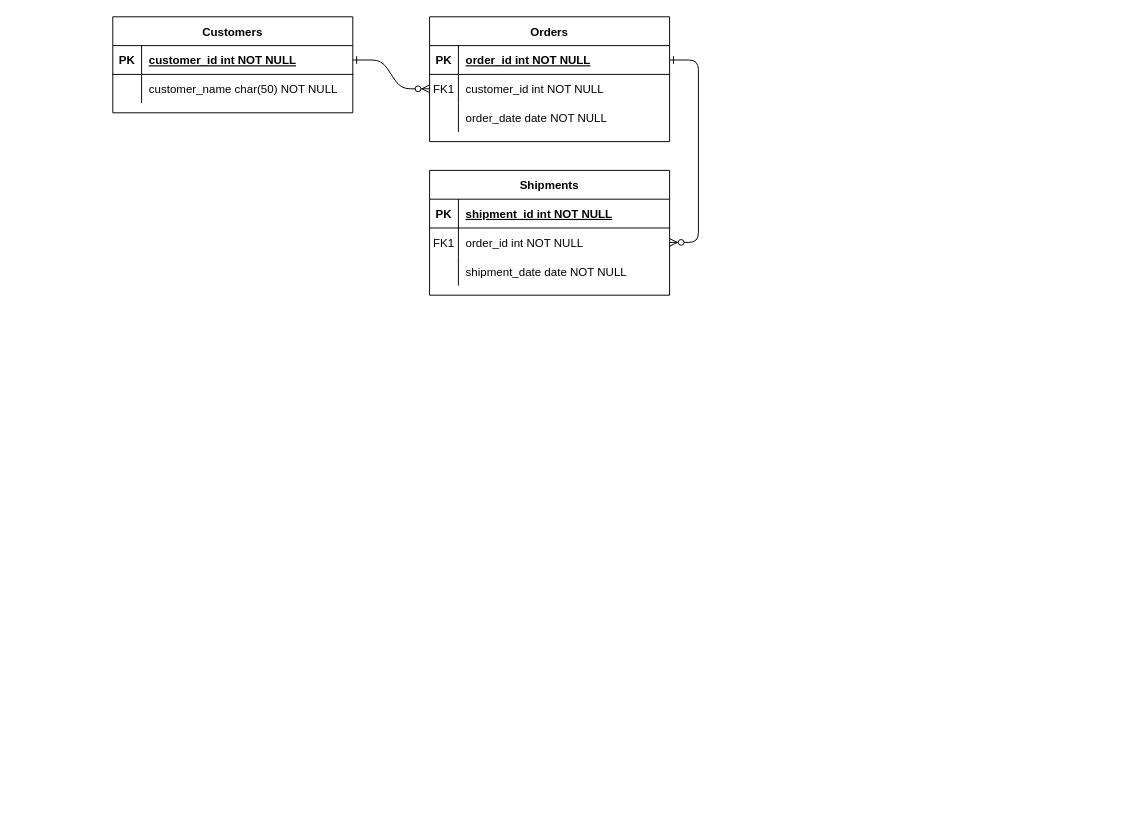
The draw.io diagram draw_io/oo_inheritance.drawio in KevinGarrison/DataEngineeringProjects, before the edit. Source tidied: cells renumbered, new cells numbered last; positions are measured from the earlier drawing's top-left corner, leaving out a move shared by most shapes. Both pictures are drawn from the tidied source at 96%, with x=0, y=0 at pixel (112, 16).
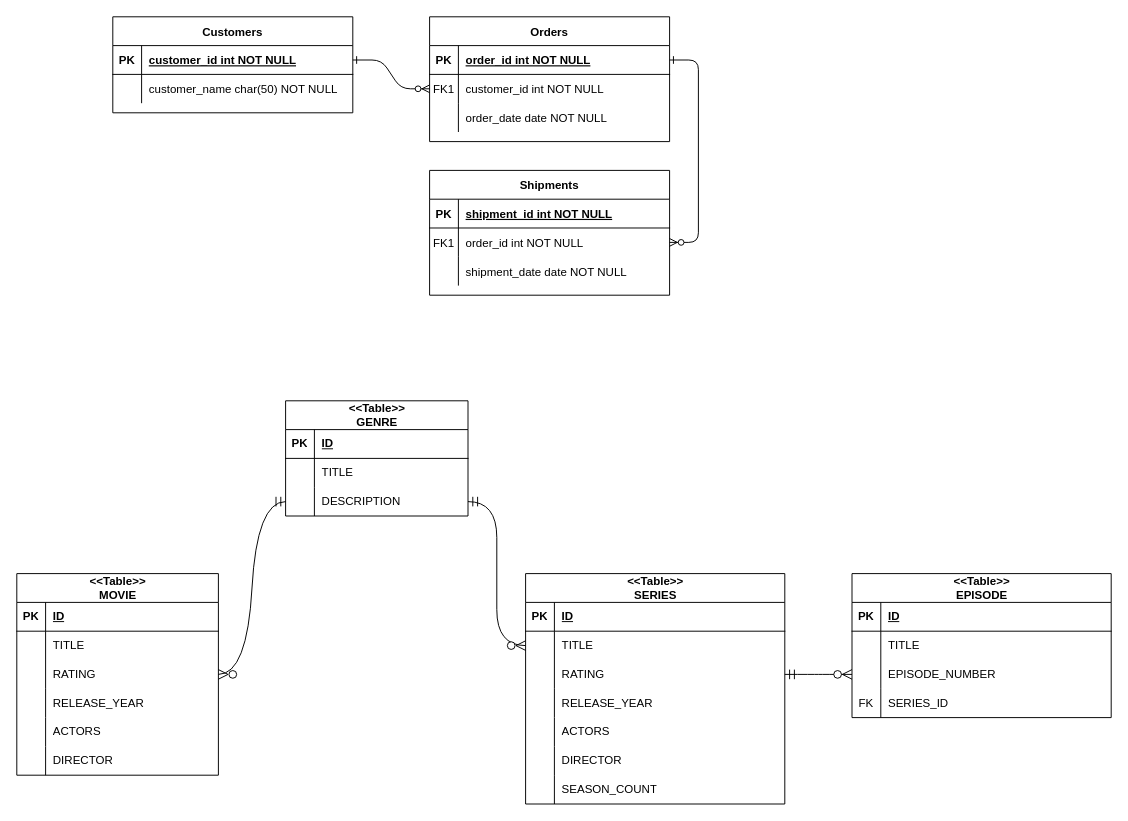
Above is the later version.

What changed in the source:
```diff
@@
+    <mxCell id="31" value="&amp;lt;&amp;lt;Table&amp;gt;&amp;gt;&lt;div&gt;GENRE&lt;/div&gt;" style="shape=table;startSize=30;childLayout=tableLayout;rowLines=0;fontStyle=1;align=center;html=1;" parent="1" vertex="1">
+      <mxGeometry x="180" y="400" width="190" height="120" as="geometry" />
+    </mxCell>
+    <mxCell id="32" style="shape=tableRow;horizontal=0;startSize=0;swimlaneHead=0;swimlaneBody=0;fillColor=none;top=0;left=0;right=0;bottom=1;" parent="31" vertex="1">
+      <mxGeometry y="30" width="190" height="30" as="geometry" />
+    </mxCell>
+    <mxCell id="33" value="PK" style="shape=partialRectangle;fillColor=none;top=0;left=0;bottom=0;right=0;fontStyle=1;overflow=hidden;whiteSpace=wrap;html=1;" parent="32" vertex="1">
+      <mxGeometry width="30" height="30" as="geometry" />
+    </mxCell>
+    <mxCell id="34" value="ID" style="shape=partialRectangle;fillColor=none;top=0;left=0;bottom=0;right=0;align=left;spacingLeft=6;fontStyle=5;overflow=hidden;whiteSpace=wrap;html=1;" parent="32" vertex="1">
+      <mxGeometry x="30" width="160" height="30" as="geometry" />
+    </mxCell>
+    <mxCell id="35" style="shape=tableRow;horizontal=0;startSize=0;swimlaneHead=0;swimlaneBody=0;fillColor=none;top=0;left=0;right=0;bottom=0;" parent="31" vertex="1">
+      <mxGeometry y="60" width="190" height="30" as="geometry" />
+    </mxCell>
+    <mxCell id="36" style="shape=partialRectangle;fillColor=none;top=0;left=0;bottom=0;right=0;overflow=hidden;whiteSpace=wrap;html=1;" parent="35" vertex="1">
+      <mxGeometry width="30" height="30" as="geometry" />
+    </mxCell>
+    <mxCell id="37" value="TITLE" style="shape=partialRectangle;fillColor=none;top=0;left=0;bottom=0;right=0;align=left;spacingLeft=6;overflow=hidden;whiteSpace=wrap;html=1;" parent="35" vertex="1">
+      <mxGeometry x="30" width="160" height="30" as="geometry" />
+    </mxCell>
+    <mxCell id="38" style="shape=tableRow;horizontal=0;startSize=0;swimlaneHead=0;swimlaneBody=0;fillColor=none;points=[[0,0.5],[1,0.5]];portConstraint=eastwest;top=0;left=0;right=0;bottom=0;" parent="31" vertex="1">
+      <mxGeometry y="90" width="190" height="30" as="geometry" />
+    </mxCell>
+    <mxCell id="39" style="shape=partialRectangle;fillColor=none;top=0;left=0;bottom=0;right=0;overflow=hidden;whiteSpace=wrap;html=1;" parent="38" vertex="1">
+      <mxGeometry width="30" height="30" as="geometry" />
+    </mxCell>
+    <mxCell id="40" value="DESCRIPTION" style="shape=partialRectangle;fillColor=none;top=0;left=0;bottom=0;right=0;align=left;spacingLeft=6;overflow=hidden;whiteSpace=wrap;html=1;" parent="38" vertex="1">
+      <mxGeometry x="30" width="160" height="30" as="geometry" />
+    </mxCell>
+    <mxCell id="41" value="&amp;lt;&amp;lt;Table&amp;gt;&amp;gt;&lt;div&gt;MOVIE&lt;/div&gt;" style="shape=table;startSize=30;childLayout=tableLayout;rowLines=0;fontStyle=1;align=center;html=1;" parent="1" vertex="1">
+      <mxGeometry x="-100" y="580" width="210" height="210" as="geometry" />
+    </mxCell>
+    <mxCell id="42" style="shape=tableRow;horizontal=0;startSize=0;swimlaneHead=0;swimlaneBody=0;fillColor=none;top=0;left=0;right=0;bottom=1;" parent="41" vertex="1">
+      <mxGeometry y="30" width="210" height="30" as="geometry" />
+    </mxCell>
+    <mxCell id="43" value="PK" style="shape=partialRectangle;fillColor=none;top=0;left=0;bottom=0;right=0;fontStyle=1;overflow=hidden;whiteSpace=wrap;html=1;" parent="42" vertex="1">
+      <mxGeometry width="30" height="30" as="geometry" />
+    </mxCell>
+    <mxCell id="44" value="ID" style="shape=partialRectangle;fillColor=none;top=0;left=0;bottom=0;right=0;align=left;spacingLeft=6;fontStyle=5;overflow=hidden;whiteSpace=wrap;html=1;" parent="42" vertex="1">
+      <mxGeometry x="30" width="180" height="30" as="geometry" />
+    </mxCell>
+    <mxCell id="45" style="shape=tableRow;horizontal=0;startSize=0;swimlaneHead=0;swimlaneBody=0;fillColor=none;top=0;left=0;right=0;bottom=0;" parent="41" vertex="1">
+      <mxGeometry y="60" width="210" height="30" as="geometry" />
+    </mxCell>
+    <mxCell id="46" style="shape=partialRectangle;fillColor=none;top=0;left=0;bottom=0;right=0;overflow=hidden;whiteSpace=wrap;html=1;" parent="45" vertex="1">
+      <mxGeometry width="30" height="30" as="geometry" />
+    </mxCell>
+    <mxCell id="47" value="TITLE" style="shape=partialRectangle;fillColor=none;top=0;left=0;bottom=0;right=0;align=left;spacingLeft=6;overflow=hidden;whiteSpace=wrap;html=1;" parent="45" vertex="1">
+      <mxGeometry x="30" width="180" height="30" as="geometry" />
+    </mxCell>
+    <mxCell id="48" style="shape=tableRow;horizontal=0;startSize=0;swimlaneHead=0;swimlaneBody=0;fillColor=none;points=[[0,0.5],[1,0.5]];portConstraint=eastwest;top=0;left=0;right=0;bottom=0;" parent="41" vertex="1">
+      <mxGeometry y="90" width="210" height="30" as="geometry" />
+    </mxCell>
+    <mxCell id="49" style="shape=partialRectangle;fillColor=none;top=0;left=0;bottom=0;right=0;overflow=hidden;whiteSpace=wrap;html=1;" parent="48" vertex="1">
+      <mxGeometry width="30" height="30" as="geometry" />
+    </mxCell>
+    <mxCell id="50" value="RATING" style="shape=partialRectangle;fillColor=none;top=0;left=0;bottom=0;right=0;align=left;spacingLeft=6;overflow=hidden;whiteSpace=wrap;html=1;" parent="48" vertex="1">
+      <mxGeometry x="30" width="180" height="30" as="geometry" />
+    </mxCell>
+    <mxCell id="51" style="shape=tableRow;horizontal=0;startSize=0;swimlaneHead=0;swimlaneBody=0;fillColor=none;top=0;left=0;right=0;bottom=0;" parent="41" vertex="1">
+      <mxGeometry y="120" width="210" height="30" as="geometry" />
+    </mxCell>
+    <mxCell id="52" style="shape=partialRectangle;fillColor=none;top=0;left=0;bottom=0;right=0;overflow=hidden;whiteSpace=wrap;html=1;" parent="51" vertex="1">
+      <mxGeometry width="30" height="30" as="geometry" />
+    </mxCell>
+    <mxCell id="53" value="RELEASE_YEAR" style="shape=partialRectangle;fillColor=none;top=0;left=0;bottom=0;right=0;align=left;spacingLeft=6;overflow=hidden;whiteSpace=wrap;html=1;" parent="51" vertex="1">
+      <mxGeometry x="30" width="180" height="30" as="geometry" />
+    </mxCell>
+    <mxCell id="54" style="shape=tableRow;horizontal=0;startSize=0;swimlaneHead=0;swimlaneBody=0;fillColor=none;top=0;left=0;right=0;bottom=0;" parent="41" vertex="1">
+      <mxGeometry y="150" width="210" height="30" as="geometry" />
+    </mxCell>
+    <mxCell id="55" style="shape=partialRectangle;fillColor=none;top=0;left=0;bottom=0;right=0;overflow=hidden;whiteSpace=wrap;html=1;" parent="54" vertex="1">
+      <mxGeometry width="30" height="30" as="geometry" />
+    </mxCell>
+    <mxCell id="56" value="ACTORS" style="shape=partialRectangle;fillColor=none;top=0;left=0;bottom=0;right=0;align=left;spacingLeft=6;overflow=hidden;whiteSpace=wrap;html=1;" parent="54" vertex="1">
+      <mxGeometry x="30" width="180" height="30" as="geometry" />
+    </mxCell>
+    <mxCell id="57" style="shape=tableRow;horizontal=0;startSize=0;swimlaneHead=0;swimlaneBody=0;fillColor=none;top=0;left=0;right=0;bottom=0;" parent="41" vertex="1">
+      <mxGeometry y="180" width="210" height="30" as="geometry" />
+    </mxCell>
+    <mxCell id="58" style="shape=partialRectangle;fillColor=none;top=0;left=0;bottom=0;right=0;overflow=hidden;whiteSpace=wrap;html=1;" parent="57" vertex="1">
+      <mxGeometry width="30" height="30" as="geometry" />
+    </mxCell>
+    <mxCell id="59" value="DIRECTOR" style="shape=partialRectangle;fillColor=none;top=0;left=0;bottom=0;right=0;align=left;spacingLeft=6;overflow=hidden;whiteSpace=wrap;html=1;" parent="57" vertex="1">
+      <mxGeometry x="30" width="180" height="30" as="geometry" />
+    </mxCell>
+    <mxCell id="60" value="&amp;lt;&amp;lt;Table&amp;gt;&amp;gt;&lt;div&gt;SERIES&lt;/div&gt;" style="shape=table;startSize=30;childLayout=tableLayout;rowLines=0;fontStyle=1;align=center;html=1;" parent="1" vertex="1">
+      <mxGeometry x="430" y="580" width="270" height="240" as="geometry" />
+    </mxCell>
+    <mxCell id="61" style="shape=tableRow;horizontal=0;startSize=0;swimlaneHead=0;swimlaneBody=0;fillColor=none;top=0;left=0;right=0;bottom=1;" parent="60" vertex="1">
+      <mxGeometry y="30" width="270" height="30" as="geometry" />
+    </mxCell>
+    <mxCell id="62" value="PK" style="shape=partialRectangle;fillColor=none;top=0;left=0;bottom=0;right=0;fontStyle=1;overflow=hidden;whiteSpace=wrap;html=1;" parent="61" vertex="1">
+      <mxGeometry width="30" height="30" as="geometry" />
+    </mxCell>
+    <mxCell id="63" value="ID" style="shape=partialRectangle;fillColor=none;top=0;left=0;bottom=0;right=0;align=left;spacingLeft=6;fontStyle=5;overflow=hidden;whiteSpace=wrap;html=1;" parent="61" vertex="1">
+      <mxGeometry x="30" width="240" height="30" as="geometry" />
+    </mxCell>
+    <mxCell id="64" style="shape=tableRow;horizontal=0;startSize=0;swimlaneHead=0;swimlaneBody=0;fillColor=none;points=[[0,0.5],[1,0.5]];portConstraint=eastwest;top=0;left=0;right=0;bottom=0;" parent="60" vertex="1">
+      <mxGeometry y="60" width="270" height="30" as="geometry" />
+    </mxCell>
+    <mxCell id="65" style="shape=partialRectangle;fillColor=none;top=0;left=0;bottom=0;right=0;overflow=hidden;whiteSpace=wrap;html=1;" parent="64" vertex="1">
+      <mxGeometry width="30" height="30" as="geometry" />
+    </mxCell>
+    <mxCell id="66" value="TITLE" style="shape=partialRectangle;fillColor=none;top=0;left=0;bottom=0;right=0;align=left;spacingLeft=6;overflow=hidden;whiteSpace=wrap;html=1;" parent="64" vertex="1">
+      <mxGeometry x="30" width="240" height="30" as="geometry" />
+    </mxCell>
+    <mxCell id="67" style="shape=tableRow;horizontal=0;startSize=0;swimlaneHead=0;swimlaneBody=0;fillColor=none;points=[[0,0.5],[1,0.5]];portConstraint=eastwest;top=0;left=0;right=0;bottom=0;" parent="60" vertex="1">
+      <mxGeometry y="90" width="270" height="30" as="geometry" />
+    </mxCell>
+    <mxCell id="68" style="shape=partialRectangle;fillColor=none;top=0;left=0;bottom=0;right=0;overflow=hidden;whiteSpace=wrap;html=1;" parent="67" vertex="1">
+      <mxGeometry width="30" height="30" as="geometry" />
+    </mxCell>
+    <mxCell id="69" value="RATING" style="shape=partialRectangle;fillColor=none;top=0;left=0;bottom=0;right=0;align=left;spacingLeft=6;overflow=hidden;whiteSpace=wrap;html=1;" parent="67" vertex="1">
+      <mxGeometry x="30" width="240" height="30" as="geometry" />
+    </mxCell>
+    <mxCell id="70" style="shape=tableRow;horizontal=0;startSize=0;swimlaneHead=0;swimlaneBody=0;fillColor=none;top=0;left=0;right=0;bottom=0;" parent="60" vertex="1">
+      <mxGeometry y="120" width="270" height="30" as="geometry" />
+    </mxCell>
+    <mxCell id="71" style="shape=partialRectangle;fillColor=none;top=0;left=0;bottom=0;right=0;overflow=hidden;whiteSpace=wrap;html=1;" parent="70" vertex="1">
+      <mxGeometry width="30" height="30" as="geometry" />
+    </mxCell>
+    <mxCell id="72" value="RELEASE_YEAR" style="shape=partialRectangle;fillColor=none;top=0;left=0;bottom=0;right=0;align=left;spacingLeft=6;overflow=hidden;whiteSpace=wrap;html=1;" parent="70" vertex="1">
+      <mxGeometry x="30" width="240" height="30" as="geometry" />
+    </mxCell>
+    <mxCell id="73" style="shape=tableRow;horizontal=0;startSize=0;swimlaneHead=0;swimlaneBody=0;fillColor=none;top=0;left=0;right=0;bottom=0;" parent="60" vertex="1">
+      <mxGeometry y="150" width="270" height="30" as="geometry" />
+    </mxCell>
+    <mxCell id="74" style="shape=partialRectangle;fillColor=none;top=0;left=0;bottom=0;right=0;overflow=hidden;whiteSpace=wrap;html=1;" parent="73" vertex="1">
+      <mxGeometry width="30" height="30" as="geometry" />
+    </mxCell>
+    <mxCell id="75" value="ACTORS" style="shape=partialRectangle;fillColor=none;top=0;left=0;bottom=0;right=0;align=left;spacingLeft=6;overflow=hidden;whiteSpace=wrap;html=1;" parent="73" vertex="1">
+      <mxGeometry x="30" width="240" height="30" as="geometry" />
+    </mxCell>
+    <mxCell id="76" style="shape=tableRow;horizontal=0;startSize=0;swimlaneHead=0;swimlaneBody=0;fillColor=none;top=0;left=0;right=0;bottom=0;" parent="60" vertex="1">
+      <mxGeometry y="180" width="270" height="30" as="geometry" />
+    </mxCell>
+    <mxCell id="77" style="shape=partialRectangle;fillColor=none;top=0;left=0;bottom=0;right=0;overflow=hidden;whiteSpace=wrap;html=1;" parent="76" vertex="1">
+      <mxGeometry width="30" height="30" as="geometry" />
+    </mxCell>
+    <mxCell id="78" value="DIRECTOR" style="shape=partialRectangle;fillColor=none;top=0;left=0;bottom=0;right=0;align=left;spacingLeft=6;overflow=hidden;whiteSpace=wrap;html=1;" parent="76" vertex="1">
+      <mxGeometry x="30" width="240" height="30" as="geometry" />
+    </mxCell>
+    <mxCell id="79" style="shape=tableRow;horizontal=0;startSize=0;swimlaneHead=0;swimlaneBody=0;fillColor=none;top=0;left=0;right=0;bottom=0;" parent="60" vertex="1">
+      <mxGeometry y="210" width="270" height="30" as="geometry" />
+    </mxCell>
+    <mxCell id="80" style="shape=partialRectangle;fillColor=none;top=0;left=0;bottom=0;right=0;overflow=hidden;whiteSpace=wrap;html=1;" parent="79" vertex="1">
+      <mxGeometry width="30" height="30" as="geometry" />
+    </mxCell>
+    <mxCell id="81" value="SEASON_COUNT" style="shape=partialRectangle;fillColor=none;top=0;left=0;bottom=0;right=0;align=left;spacingLeft=6;overflow=hidden;whiteSpace=wrap;html=1;" parent="79" vertex="1">
+      <mxGeometry x="30" width="240" height="30" as="geometry" />
+    </mxCell>
+    <mxCell id="82" value="&amp;lt;&amp;lt;Table&amp;gt;&amp;gt;&lt;div&gt;EPISODE&lt;/div&gt;" style="shape=table;startSize=30;childLayout=tableLayout;rowLines=0;fontStyle=1;align=center;html=1;" parent="1" vertex="1">
+      <mxGeometry x="770" y="580" width="270" height="150" as="geometry" />
+    </mxCell>
+    <mxCell id="83" style="shape=tableRow;horizontal=0;startSize=0;swimlaneHead=0;swimlaneBody=0;fillColor=none;top=0;left=0;right=0;bottom=1;" parent="82" vertex="1">
+      <mxGeometry y="30" width="270" height="30" as="geometry" />
+    </mxCell>
+    <mxCell id="84" value="PK" style="shape=partialRectangle;fillColor=none;top=0;left=0;bottom=0;right=0;fontStyle=1;overflow=hidden;whiteSpace=wrap;html=1;" parent="83" vertex="1">
+      <mxGeometry width="30" height="30" as="geometry" />
+    </mxCell>
+    <mxCell id="85" value="ID" style="shape=partialRectangle;fillColor=none;top=0;left=0;bottom=0;right=0;align=left;spacingLeft=6;fontStyle=5;overflow=hidden;whiteSpace=wrap;html=1;" parent="83" vertex="1">
+      <mxGeometry x="30" width="240" height="30" as="geometry" />
+    </mxCell>
+    <mxCell id="86" style="shape=tableRow;horizontal=0;startSize=0;swimlaneHead=0;swimlaneBody=0;fillColor=none;top=0;left=0;right=0;bottom=0;" parent="82" vertex="1">
+      <mxGeometry y="60" width="270" height="30" as="geometry" />
+    </mxCell>
+    <mxCell id="87" style="shape=partialRectangle;fillColor=none;top=0;left=0;bottom=0;right=0;overflow=hidden;whiteSpace=wrap;html=1;" parent="86" vertex="1">
+      <mxGeometry width="30" height="30" as="geometry" />
+    </mxCell>
+    <mxCell id="88" value="TITLE" style="shape=partialRectangle;fillColor=none;top=0;left=0;bottom=0;right=0;align=left;spacingLeft=6;overflow=hidden;whiteSpace=wrap;html=1;" parent="86" vertex="1">
+      <mxGeometry x="30" width="240" height="30" as="geometry" />
+    </mxCell>
+    <mxCell id="89" style="shape=tableRow;horizontal=0;startSize=0;swimlaneHead=0;swimlaneBody=0;fillColor=none;points=[[0,0.5],[1,0.5]];portConstraint=eastwest;top=0;left=0;right=0;bottom=0;" parent="82" vertex="1">
+      <mxGeometry y="90" width="270" height="30" as="geometry" />
+    </mxCell>
+    <mxCell id="90" style="shape=partialRectangle;fillColor=none;top=0;left=0;bottom=0;right=0;overflow=hidden;whiteSpace=wrap;html=1;" parent="89" vertex="1">
+      <mxGeometry width="30" height="30" as="geometry" />
+    </mxCell>
+    <mxCell id="91" value="EPISODE_NUMBER" style="shape=partialRectangle;fillColor=none;top=0;left=0;bottom=0;right=0;align=left;spacingLeft=6;overflow=hidden;whiteSpace=wrap;html=1;" parent="89" vertex="1">
+      <mxGeometry x="30" width="240" height="30" as="geometry" />
+    </mxCell>
+    <mxCell id="92" style="shape=tableRow;horizontal=0;startSize=0;swimlaneHead=0;swimlaneBody=0;fillColor=none;top=0;left=0;right=0;bottom=0;" parent="82" vertex="1">
+      <mxGeometry y="120" width="270" height="30" as="geometry" />
+    </mxCell>
+    <mxCell id="93" value="FK" style="shape=partialRectangle;fillColor=none;top=0;left=0;bottom=0;right=0;overflow=hidden;whiteSpace=wrap;html=1;" parent="92" vertex="1">
+      <mxGeometry width="30" height="30" as="geometry" />
+    </mxCell>
+    <mxCell id="94" value="SERIES_ID" style="shape=partialRectangle;fillColor=none;top=0;left=0;bottom=0;right=0;align=left;spacingLeft=6;overflow=hidden;whiteSpace=wrap;html=1;" parent="92" vertex="1">
+      <mxGeometry x="30" width="240" height="30" as="geometry" />
+    </mxCell>
+    <mxCell id="95" style="edgeStyle=entityRelationEdgeStyle;fontSize=12;html=1;endArrow=ERzeroToMany;startArrow=ERmandOne;rounded=0;startSize=8;endSize=8;curved=1;exitX=0;exitY=0.5;exitDx=0;exitDy=0;" parent="1" edge="1" source="38" target="48">
+      <mxGeometry relative="1" as="geometry">
+        <Array as="points">
+          <mxPoint x="240" y="590" />
+          <mxPoint x="200" y="550" />
+        </Array>
+      </mxGeometry>
+    </mxCell>
+    <mxCell id="96" style="edgeStyle=entityRelationEdgeStyle;fontSize=12;html=1;endArrow=ERzeroToMany;startArrow=ERmandOne;rounded=0;startSize=8;endSize=8;curved=1;entryX=0;entryY=0.5;entryDx=0;entryDy=0;exitX=1;exitY=0.5;exitDx=0;exitDy=0;" parent="1" edge="1" source="38" target="64">
+      <mxGeometry relative="1" as="geometry" />
+    </mxCell>
+    <mxCell id="97" style="edgeStyle=entityRelationEdgeStyle;fontSize=12;html=1;endArrow=ERzeroToMany;startArrow=ERmandOne;rounded=0;startSize=8;endSize=8;curved=1;exitX=1;exitY=0.5;exitDx=0;exitDy=0;" parent="1" edge="1" source="67" target="89">
+      <mxGeometry relative="1" as="geometry">
+        <Array as="points">
+          <mxPoint x="700" y="650" />
+        </Array>
+      </mxGeometry>
+    </mxCell>
```
